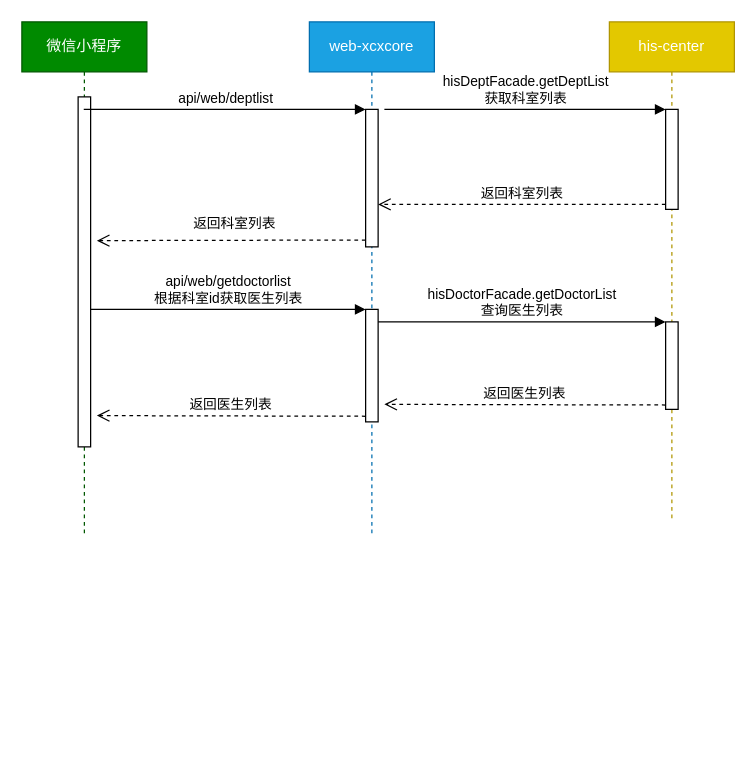
This is 医生介绍.drawio from beautyofsoul/drowio, a draw.io file, before an edit. Source tidied: cells renumbered, new cells numbered last; positions are measured from the earlier drawing's top-left corner, leaving out a move shared by most shapes. Both pictures are drawn from the tidied source at 125%, with x=0, y=0 at pixel (21, 21).
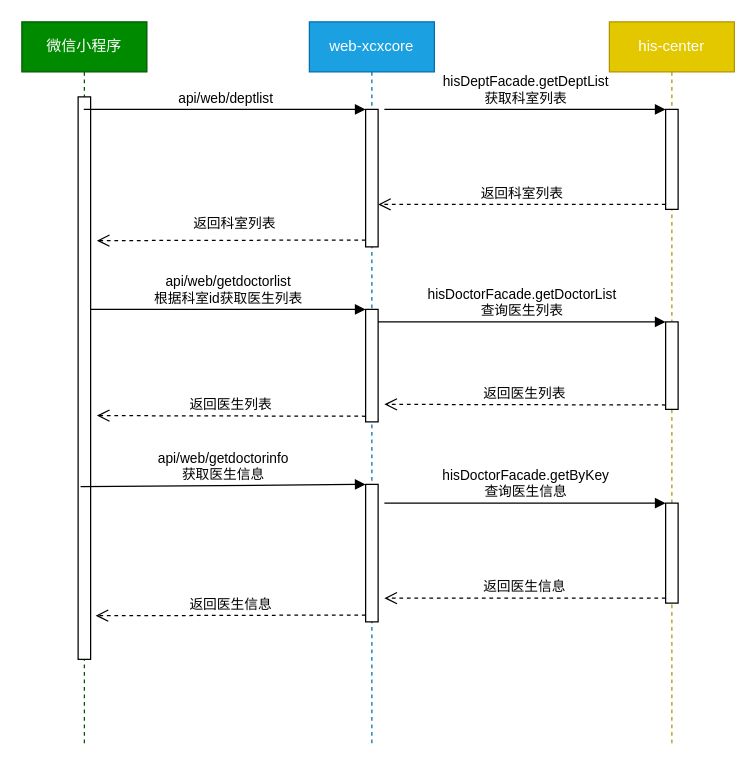
The same diagram, later.

Commit message:
更新医生介绍.drawio

The edit, as a diff of the source:
```diff
@@
     <mxCell id="2" value="微信小程序" style="shape=umlLifeline;perimeter=lifelinePerimeter;whiteSpace=wrap;html=1;outlineConnect=0;fillColor=#008a00;strokeColor=#005700;fontColor=#ffffff;" parent="1" vertex="1">
-      <mxGeometry width="100" height="410" as="geometry" />
+      <mxGeometry width="100" height="580" as="geometry" />
     </mxCell>
     <mxCell id="3" style="html=1;points=[];perimeter=orthogonalPerimeter;" parent="2" vertex="1">
-      <mxGeometry x="45" y="60" width="10" height="280" as="geometry" />
+      <mxGeometry x="45" y="60" width="10" height="450" as="geometry" />
     </mxCell>
     <mxCell id="4" value="web-xcxcore" style="shape=umlLifeline;perimeter=lifelinePerimeter;whiteSpace=wrap;html=1;fillColor=#1ba1e2;strokeColor=#006EAF;fontColor=#ffffff;" parent="1" vertex="1">
-      <mxGeometry x="230" width="100" height="410" as="geometry" />
+      <mxGeometry x="230" width="100" height="580" as="geometry" />
     </mxCell>
@@
+    <mxCell id="18" style="html=1;points=[];perimeter=orthogonalPerimeter;" parent="4" vertex="1">
+      <mxGeometry x="45" y="370" width="10" height="110" as="geometry" />
+    </mxCell>
     <mxCell id="7" value="his-center" style="shape=umlLifeline;perimeter=lifelinePerimeter;whiteSpace=wrap;html=1;fillColor=#e3c800;strokeColor=#B09500;fontColor=#ffffff;" parent="1" vertex="1">
-      <mxGeometry x="470" width="100" height="400" as="geometry" />
+      <mxGeometry x="470" width="100" height="580" as="geometry" />
     </mxCell>
@@
+    <mxCell id="19" style="html=1;points=[];perimeter=orthogonalPerimeter;" parent="7" vertex="1">
+      <mxGeometry x="45" y="385" width="10" height="80" as="geometry" />
+    </mxCell>
+    <mxCell id="20" value="返回医生信息" style="html=1;verticalAlign=bottom;endArrow=open;dashed=1;endSize=8;exitX=0;exitY=0.95;" parent="7" edge="1" source="19">
+      <mxGeometry relative="1" as="geometry">
+        <mxPoint x="-180" y="461" as="targetPoint" />
+      </mxGeometry>
+    </mxCell>
@@
+    <mxCell id="21" value="&lt;div&gt;api/web/getdoctorinfo&lt;/div&gt;&lt;div&gt;获取医生信息&lt;br&gt;&lt;/div&gt;" style="html=1;verticalAlign=bottom;endArrow=block;entryX=0;entryY=0;exitX=0.2;exitY=0.693;exitDx=0;exitDy=0;exitPerimeter=0;" parent="1" edge="1" source="3" target="18">
+      <mxGeometry relative="1" as="geometry" />
+    </mxCell>
+    <mxCell id="22" value="返回医生信息" style="html=1;verticalAlign=bottom;endArrow=open;dashed=1;endSize=8;exitX=0;exitY=0.95;" parent="1" edge="1" source="18">
+      <mxGeometry relative="1" as="geometry">
+        <mxPoint x="59" y="475" as="targetPoint" />
+        <Array as="points">
+          <mxPoint x="100" y="475" />
+        </Array>
+      </mxGeometry>
+    </mxCell>
+    <mxCell id="23" value="&lt;div&gt;hisDoctorFacade.getByKey&lt;/div&gt;&lt;div&gt;查询医生信息&lt;br&gt;&lt;/div&gt;" style="html=1;verticalAlign=bottom;endArrow=block;entryX=0;entryY=0;" parent="1" edge="1" target="19">
+      <mxGeometry relative="1" as="geometry">
+        <mxPoint x="290" y="385" as="sourcePoint" />
+      </mxGeometry>
+    </mxCell>
```
